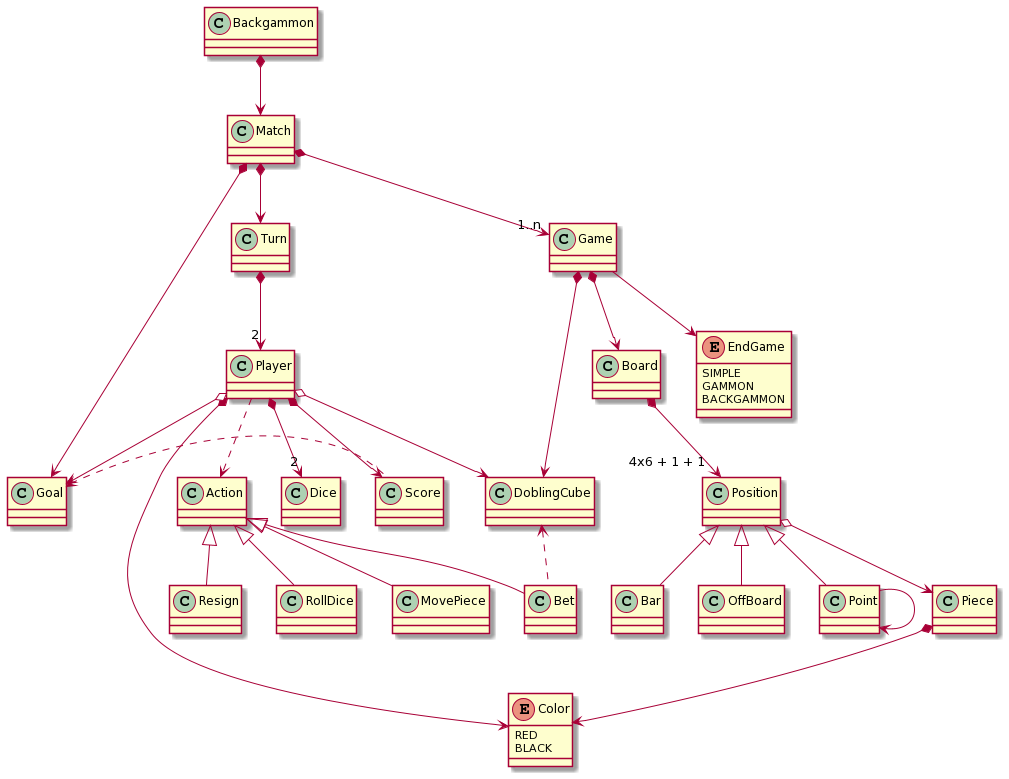
The PlantUML diagram rup/domain_model/domain_model.png in USantaTecla-game-backgammon/backgammon, before a commit.
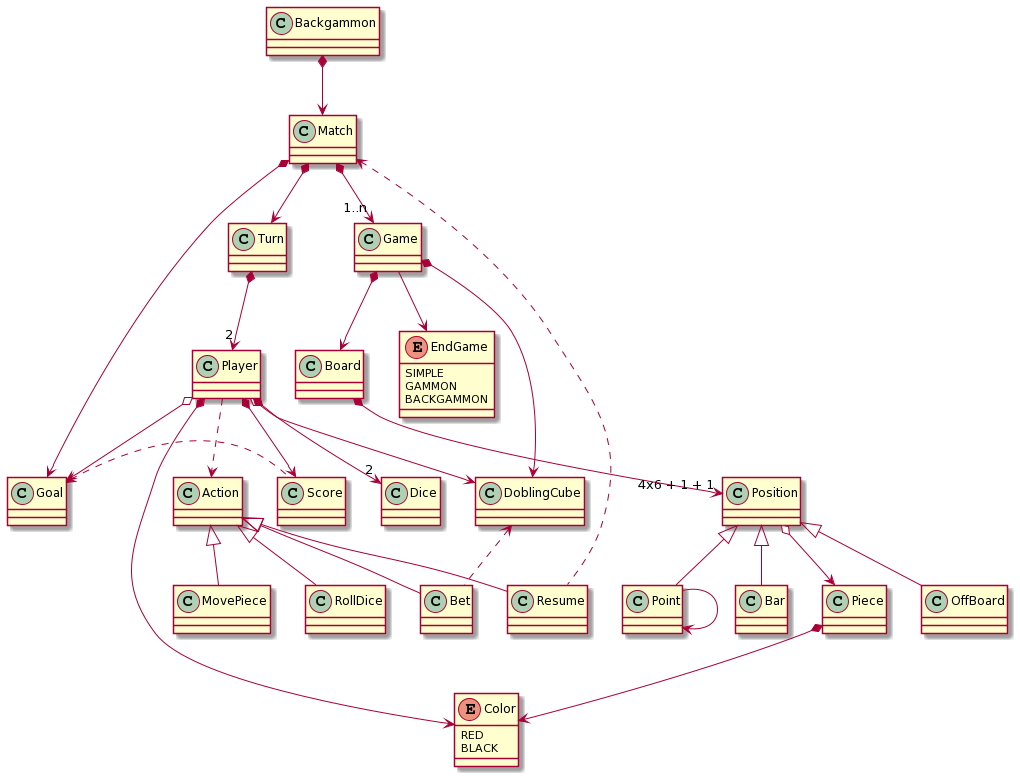
After the change.

Change to the diagram source:
```diff
@@ -73,8 +73,10 @@
 Player o--> Goal
 Player ..> Action
 
+Resume .up.> Match
+
 Action <|-- RollDice
 Action <|-- MovePiece
 Action <|-- Bet
-Action <|-- Resign
+Action <|-- Resume
 @enduml
```
